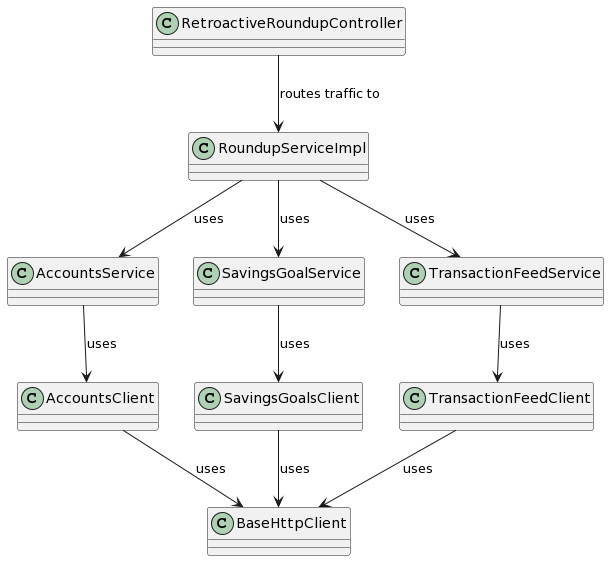
Above: docs/images/classdiagram.png in hughpearse/starling-interview-challenge (PlantUML), before the change. Its diagram source:
```plantuml
@startuml
class RetroactiveRoundupController
class RoundupServiceImpl
class AccountsService
class SavingsGoalService
class TransactionFeedService
class AccountsClient
class SavingsGoalsClient
class TransactionFeedClient
class BaseHttpClient

RetroactiveRoundupController --> RoundupServiceImpl : routes traffic to
RoundupServiceImpl --> AccountsService : uses
RoundupServiceImpl --> SavingsGoalService : uses
RoundupServiceImpl --> TransactionFeedService : uses
AccountsService --> AccountsClient : uses
SavingsGoalService --> SavingsGoalsClient : uses
TransactionFeedService --> TransactionFeedClient : uses
AccountsClient --> BaseHttpClient : uses
SavingsGoalsClient --> BaseHttpClient : uses
TransactionFeedClient --> BaseHttpClient : uses
@enduml
```
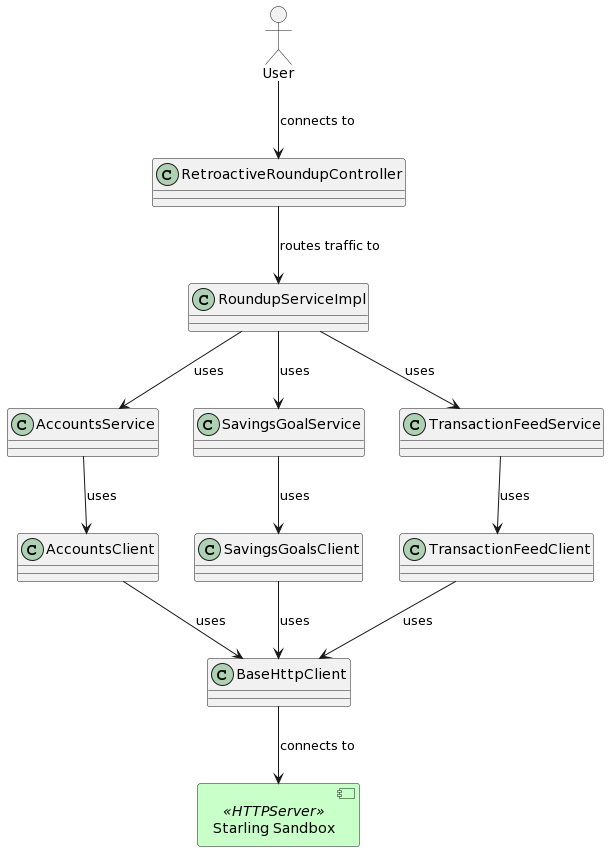
The same file after the commit.

What changed in the source:
```diff
@@ -1,4 +1,6 @@
 @startuml
+allowmixing
+actor User
 class RetroactiveRoundupController
 class RoundupServiceImpl
 class AccountsService
@@ -8,7 +10,12 @@
 class SavingsGoalsClient
 class TransactionFeedClient
 class BaseHttpClient
+skinparam component {
+  BackgroundColor #Technology
+}
+component "Starling Sandbox" as HTTPServer <<HTTPServer>>
 
+User --> RetroactiveRoundupController: connects to
 RetroactiveRoundupController --> RoundupServiceImpl : routes traffic to
 RoundupServiceImpl --> AccountsService : uses
 RoundupServiceImpl --> SavingsGoalService : uses
@@ -19,4 +26,5 @@
 AccountsClient --> BaseHttpClient : uses
 SavingsGoalsClient --> BaseHttpClient : uses
 TransactionFeedClient --> BaseHttpClient : uses
+BaseHttpClient --> HTTPServer : connects to
 @enduml
```
